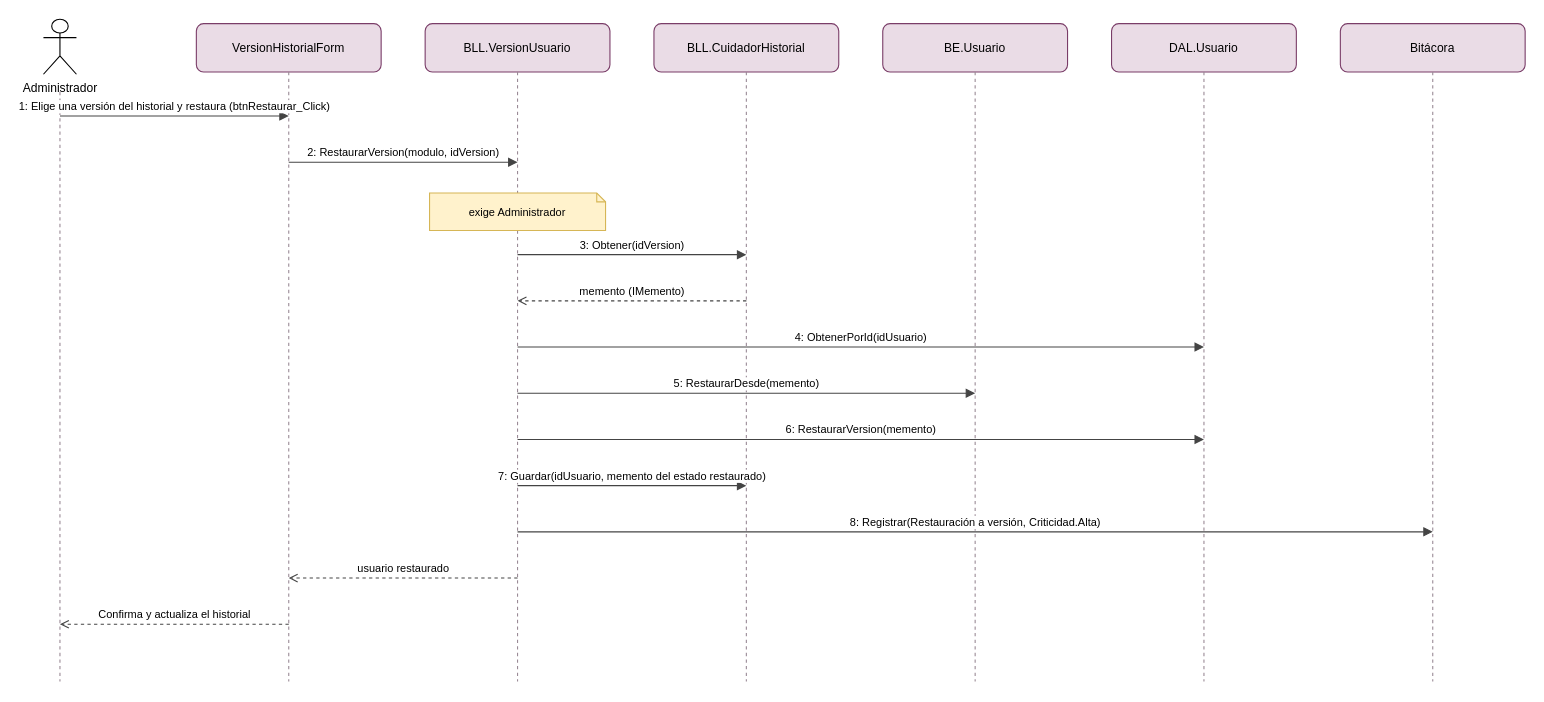
Earlier version of the draw.io diagram docs/diagramas/drawio/DSS_T06b_RestaurarVersion.drawio (valentinamorana/Trabajo-de-Diploma). Source tidied: cells renumbered, new cells numbered last; positions are measured from the earlier drawing's top-left corner, leaving out a move shared by most shapes. Both pictures are drawn from the tidied source at 110%, with x=0, y=0 at pixel (43, 19).
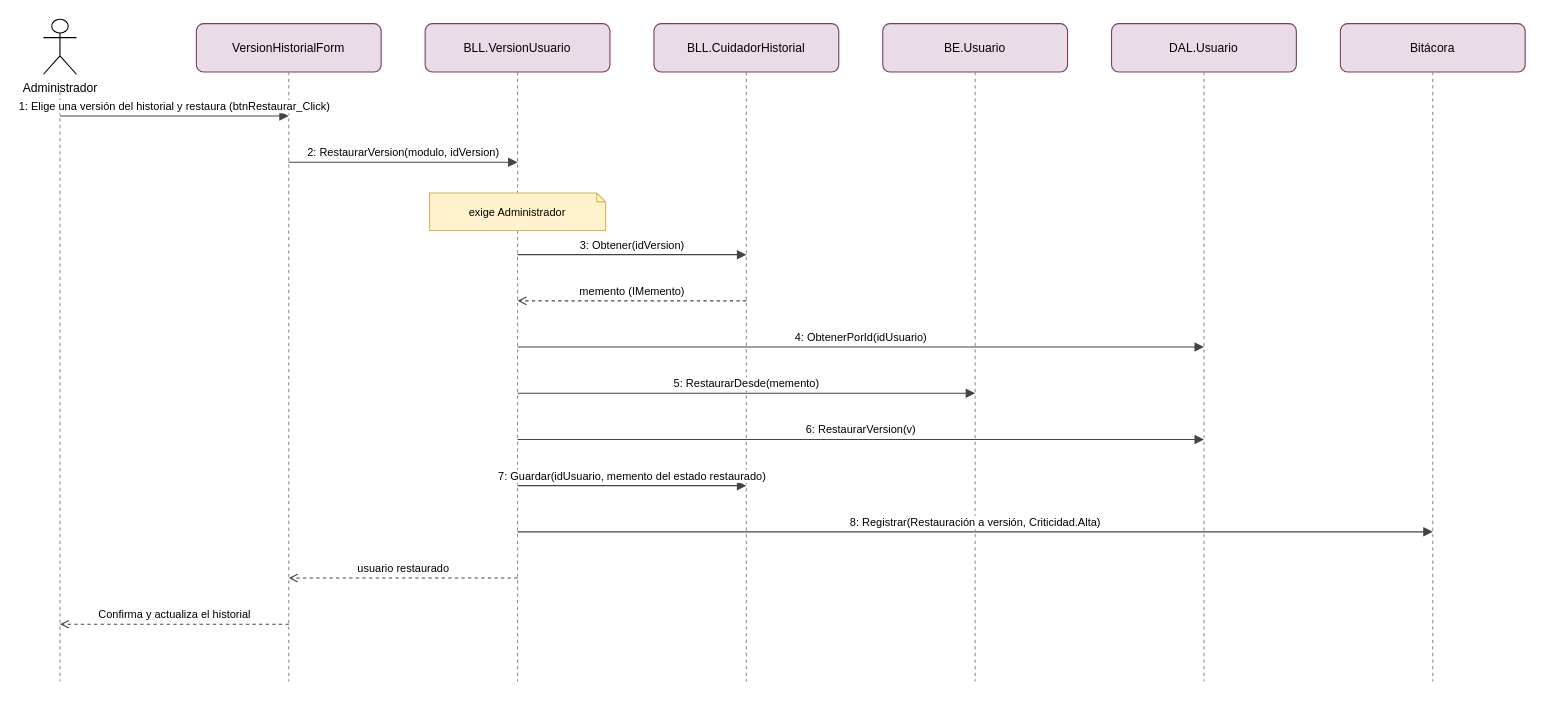
After the change.

Change to the diagram source:
```diff
@@
-    <mxCell id="23" value="6: RestaurarVersion(memento)" style="html=1;verticalAlign=bottom;endArrow=block;endFill=1;fontSize=10;strokeColor=#444;" parent="1" edge="1">
+    <mxCell id="23" value="6: RestaurarVersion(v)" style="html=1;verticalAlign=bottom;endArrow=block;endFill=1;fontSize=10;strokeColor=#444;" parent="1" edge="1">
       <mxGeometry relative="1" as="geometry">
         <mxPoint x="431" y="382" as="sourcePoint" />
         <mxPoint x="1055" y="382" as="targetPoint" />
       </mxGeometry>
     </mxCell>
```
